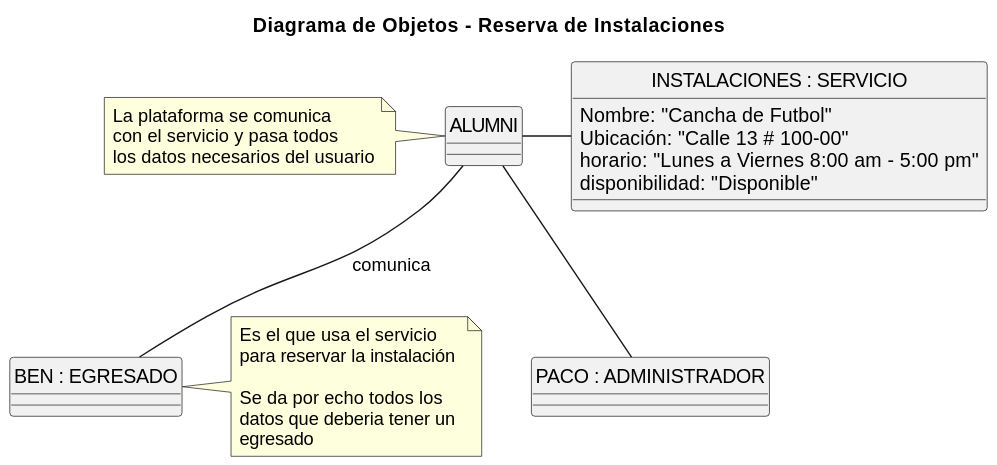
mmasias/23-24-IdSw1-SDR keeps this PlantUML diagram as Modelo_de_Dominio/Diagramas_de_Objetos/Tercera_Iteración/Diagrama_de_Objetos-Servicio_Externo.svg. Above is the earlier version.
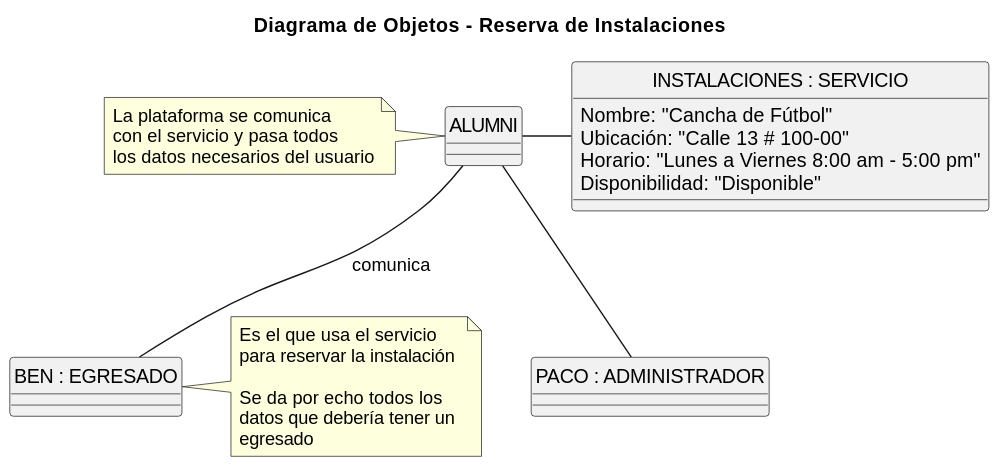
After the commit.

Diff of the diagram source:
```diff
@@ -7,10 +7,10 @@
 
 class "INSTALACIONES : SERVICIO"
 {
-    Nombre: "Cancha de Futbol"
+    Nombre: "Cancha de Fútbol"
     Ubicación: "Calle 13 # 100-00"
-    horario: "Lunes a Viernes 8:00 am - 5:00 pm"
-    disponibilidad: "Disponible"
+    Horario: "Lunes a Viernes 8:00 am - 5:00 pm"
+    Disponibilidad: "Disponible"
 }
 
 class "PACO : ADMINISTRADOR"
@@ -26,5 +26,5 @@
 note left: La plataforma se comunica \ncon el servicio y pasa todos \nlos datos necesarios del usuario
 "ALUMNI" -- "PACO : ADMINISTRADOR"
 "ALUMNI" -- "BEN : EGRESADO" : comunica
-note right: Es el que usa el servicio\npara reservar la instalación \n\nSe da por echo todos los \ndatos que deberia tener un \negresado
+note right: Es el que usa el servicio\npara reservar la instalación \n\nSe da por echo todos los \ndatos que debería tener un \negresado
 @enduml
```
